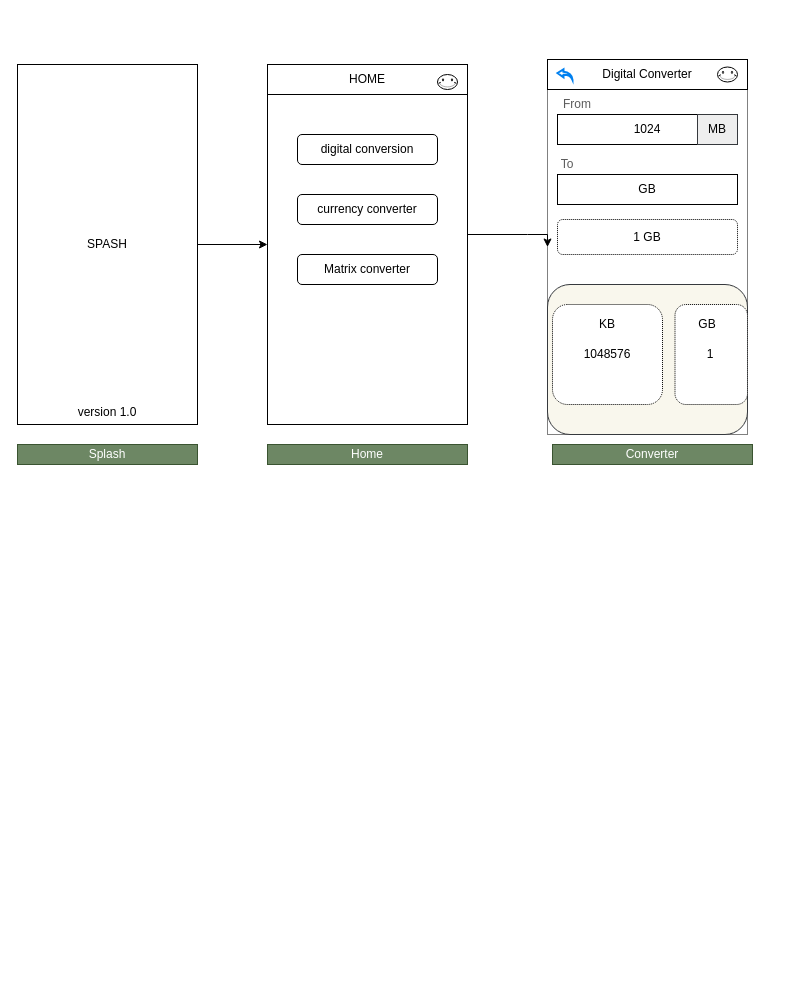
This is Untitled Diagram.drawio from sachin-sivadasan/Inception, a draw.io file, before an edit. Source tidied: cells renumbered, new cells numbered last; positions are measured from the earlier drawing's top-left corner, leaving out a move shared by most shapes. Both pictures are drawn from the tidied source at 100%, with x=0, y=0 at pixel (17, 59).
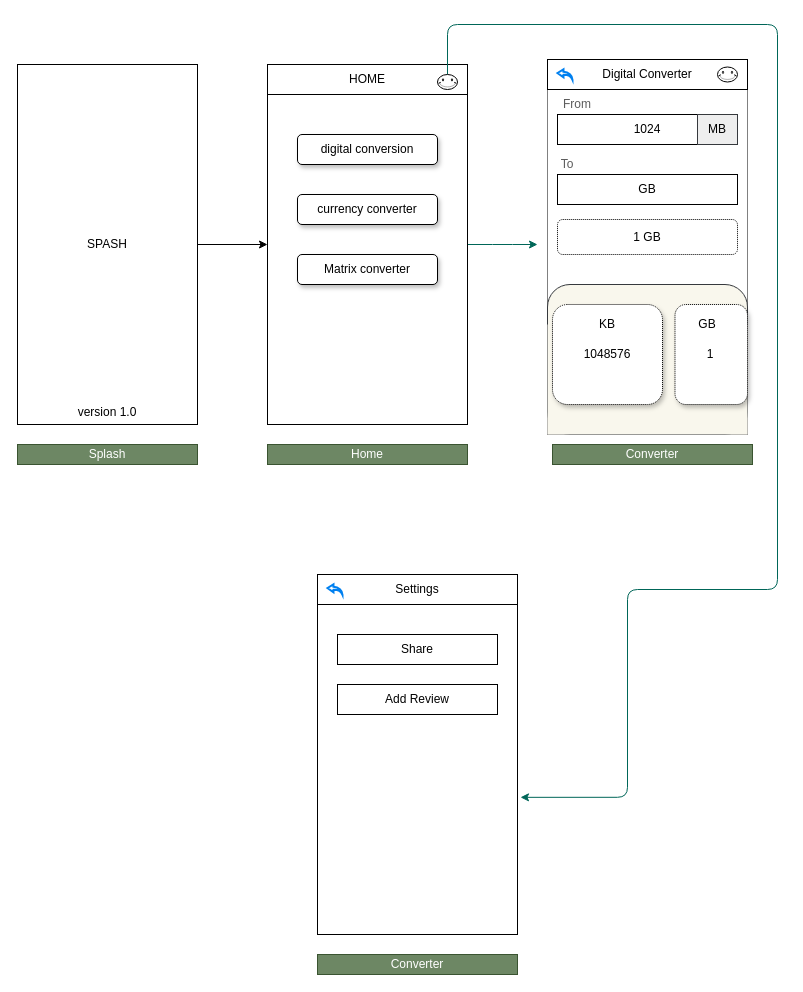
The same page after the edit.

Unchanged cells that the change refers to:
```xml
<mxCell id="2" style="rounded=0;whiteSpace=wrap;html=1;dashed=1;dashPattern=1 1;" parent="1" vertex="1">
  <mxGeometry x="530" width="200" height="375" as="geometry" />
</mxCell>
<mxCell id="8" style="rounded=0;whiteSpace=wrap;html=1;" parent="1" vertex="1">
  <mxGeometry x="250" y="5" width="200" height="360" as="geometry" />
</mxCell>
<mxCell id="15" style="verticalLabelPosition=bottom;verticalAlign=top;html=1;shape=mxgraph.basic.smiley;" parent="1" vertex="1">
  <mxGeometry x="420" y="15" width="20" height="15" as="geometry" />
</mxCell>
```

The edit, as a diff of the source:
```diff
@@
+    <mxCell id="33" style="rounded=0;whiteSpace=wrap;html=1;fillColor=#f9f7ed;strokeColor=none;" parent="1" vertex="1">
+      <mxGeometry x="530" y="265" width="200" height="110" as="geometry" />
+    </mxCell>
@@
-    <mxCell id="7" style="edgeStyle=orthogonalEdgeStyle;rounded=0;jettySize=auto;html=1;entryX=0;entryY=0.5;entryDx=0;entryDy=0;" parent="1" edge="1" source="8" target="2">
-      <mxGeometry relative="1" as="geometry">
-        <Array as="points">
-          <mxPoint x="510" y="175" />
-          <mxPoint x="510" y="175" />
-        </Array>
-      </mxGeometry>
-    </mxCell>
+    <mxCell id="34" style="edgeStyle=orthogonalEdgeStyle;curved=0;rounded=1;jettySize=auto;html=1;strokeColor=#006658;fillColor=#21C0A5;fontColor=#5C5C5C;" parent="1" edge="1" source="8">
+      <mxGeometry relative="1" as="geometry">
+        <mxPoint x="520" y="185" as="targetPoint" />
+      </mxGeometry>
+    </mxCell>
@@
-    <mxCell id="9" value="digital conversion" style="rounded=1;whiteSpace=wrap;html=1;" parent="1" vertex="1">
+    <mxCell id="9" value="digital conversion" style="rounded=1;whiteSpace=wrap;html=1;shadow=1;" parent="1" vertex="1">
       <mxGeometry x="280" y="75" width="140" height="30" as="geometry" />
     </mxCell>
-    <mxCell id="10" value="currency converter" style="rounded=1;whiteSpace=wrap;html=1;" parent="1" vertex="1">
+    <mxCell id="10" value="currency converter" style="rounded=1;whiteSpace=wrap;html=1;shadow=1;" parent="1" vertex="1">
       <mxGeometry x="280" y="135" width="140" height="30" as="geometry" />
     </mxCell>
-    <mxCell id="11" value="Matrix converter" style="rounded=1;whiteSpace=wrap;html=1;" parent="1" vertex="1">
+    <mxCell id="11" value="Matrix converter" style="rounded=1;whiteSpace=wrap;html=1;shadow=1;" parent="1" vertex="1">
       <mxGeometry x="280" y="195" width="140" height="30" as="geometry" />
     </mxCell>
@@
+    <mxCell id="35" style="edgeStyle=orthogonalEdgeStyle;curved=0;rounded=1;jettySize=auto;html=1;strokeColor=#006658;fillColor=#21C0A5;fontColor=#5C5C5C;entryX=1.015;entryY=0.619;entryDx=0;entryDy=0;entryPerimeter=0;" parent="1" edge="1" source="15" target="36">
+      <mxGeometry relative="1" as="geometry">
+        <Array as="points">
+          <mxPoint x="430" y="-35" />
+          <mxPoint x="760" y="-35" />
+          <mxPoint x="760" y="530" />
+          <mxPoint x="610" y="530" />
+          <mxPoint x="610" y="738" />
+        </Array>
+      </mxGeometry>
+    </mxCell>
@@
-    <mxCell id="24" style="rounded=1;whiteSpace=wrap;html=1;dashed=1;dashPattern=1 1;" parent="1" vertex="1">
+    <mxCell id="24" style="rounded=1;whiteSpace=wrap;html=1;dashed=1;dashPattern=1 1;shadow=1;" parent="1" vertex="1">
       <mxGeometry x="535" y="245" width="110" height="100" as="geometry" />
     </mxCell>
@@
-    <mxCell id="27" style="rounded=1;whiteSpace=wrap;html=1;dashed=1;dashPattern=1 1;" parent="1" vertex="1">
+    <mxCell id="27" style="rounded=1;whiteSpace=wrap;html=1;dashed=1;dashPattern=1 1;shadow=1;" parent="1" vertex="1">
       <mxGeometry x="657.5" y="245" width="72.5" height="100" as="geometry" />
     </mxCell>
@@
+    <mxCell id="36" style="rounded=0;whiteSpace=wrap;html=1;" parent="1" vertex="1">
+      <mxGeometry x="300" y="515" width="200" height="360" as="geometry" />
+    </mxCell>
+    <mxCell id="37" value="Settings" style="rounded=0;whiteSpace=wrap;html=1;" parent="1" vertex="1">
+      <mxGeometry x="300" y="515" width="200" height="30" as="geometry" />
+    </mxCell>
+    <mxCell id="38" value="Share" style="rounded=0;whiteSpace=wrap;html=1;sketch=0;" parent="1" vertex="1">
+      <mxGeometry x="320" y="575" width="160" height="30" as="geometry" />
+    </mxCell>
+    <mxCell id="39" value="Add Review" style="rounded=0;whiteSpace=wrap;html=1;sketch=0;" parent="1" vertex="1">
+      <mxGeometry x="320" y="625" width="160" height="30" as="geometry" />
+    </mxCell>
+    <mxCell id="40" style="html=1;verticalLabelPosition=bottom;align=center;labelBackgroundColor=#ffffff;verticalAlign=top;strokeWidth=2;strokeColor=#0080F0;shadow=0;dashed=0;shape=mxgraph.ios7.icons.back;dashPattern=1 1;" parent="1" vertex="1">
+      <mxGeometry x="310" y="524.8" width="15" height="10.5" as="geometry" />
+    </mxCell>
+    <mxCell id="41" value="Converter" style="text;html=1;strokeColor=#3A5431;fillColor=#6d8764;align=center;verticalAlign=middle;whiteSpace=wrap;rounded=0;fontColor=#ffffff;" parent="1" vertex="1">
+      <mxGeometry x="300" y="895" width="200" height="20" as="geometry" />
+    </mxCell>
```
